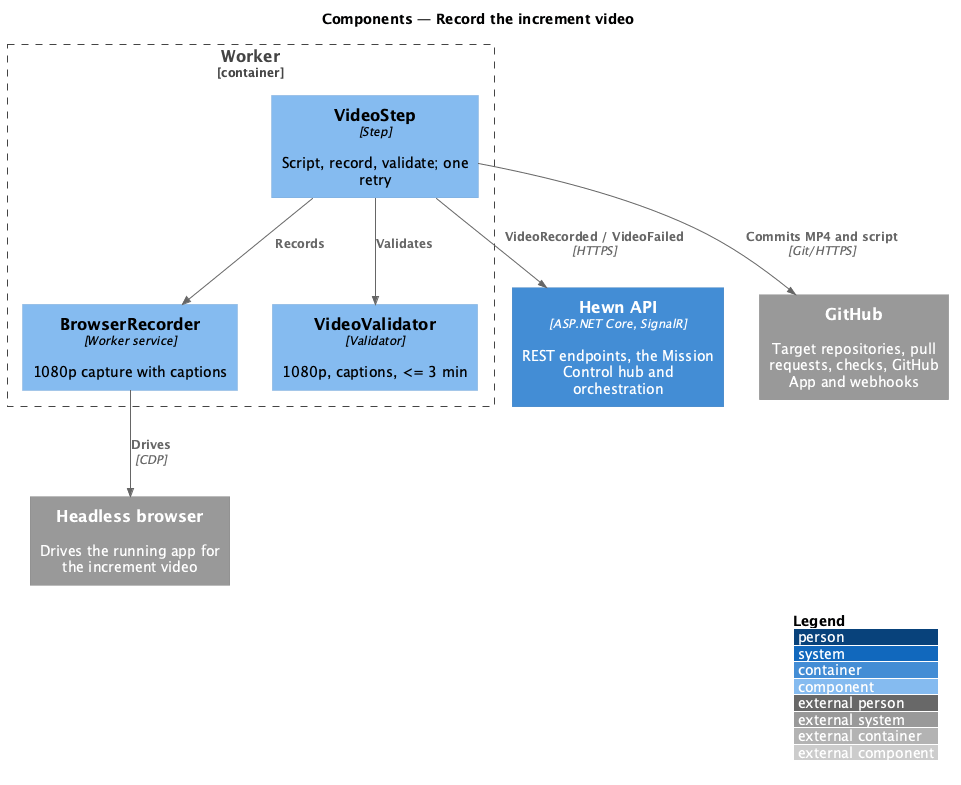
This is docs/detailed-designs/increments/record-increment-video/diagrams/c4-component.png from QuinntyneBrown/hewn, a PlantUML export, as it was before one commit. Source of this version:
```plantuml
@startuml
!include <C4/C4_Component>
LAYOUT_WITH_LEGEND()
title Components — Record the increment video

Container(api, "Hewn API", "ASP.NET Core, SignalR", "REST endpoints, the Mission Control hub and orchestration")
Container_Boundary(worker_b, "Worker") {
  Component(step, "VideoStep", "Step", "Script, record, validate; one retry")
  Component(rec, "BrowserRecorder", "Worker service", "1080p capture with captions")
  Component(val, "VideoValidator", "Validator", "1080p, captions, <= 3 min")
}
System_Ext(browser, "Headless browser", "Drives the running app for the increment video")
System_Ext(github, "GitHub", "Target repositories, pull requests, checks, GitHub App and webhooks")

Rel(step, rec, "Records")
Rel(rec, browser, "Drives", "CDP")
Rel(step, val, "Validates")
Rel(step, github, "Commits MP4 and script", "Git/HTTPS")
Rel(step, api, "VideoRecorded / VideoFailed", "HTTPS")
@enduml
```
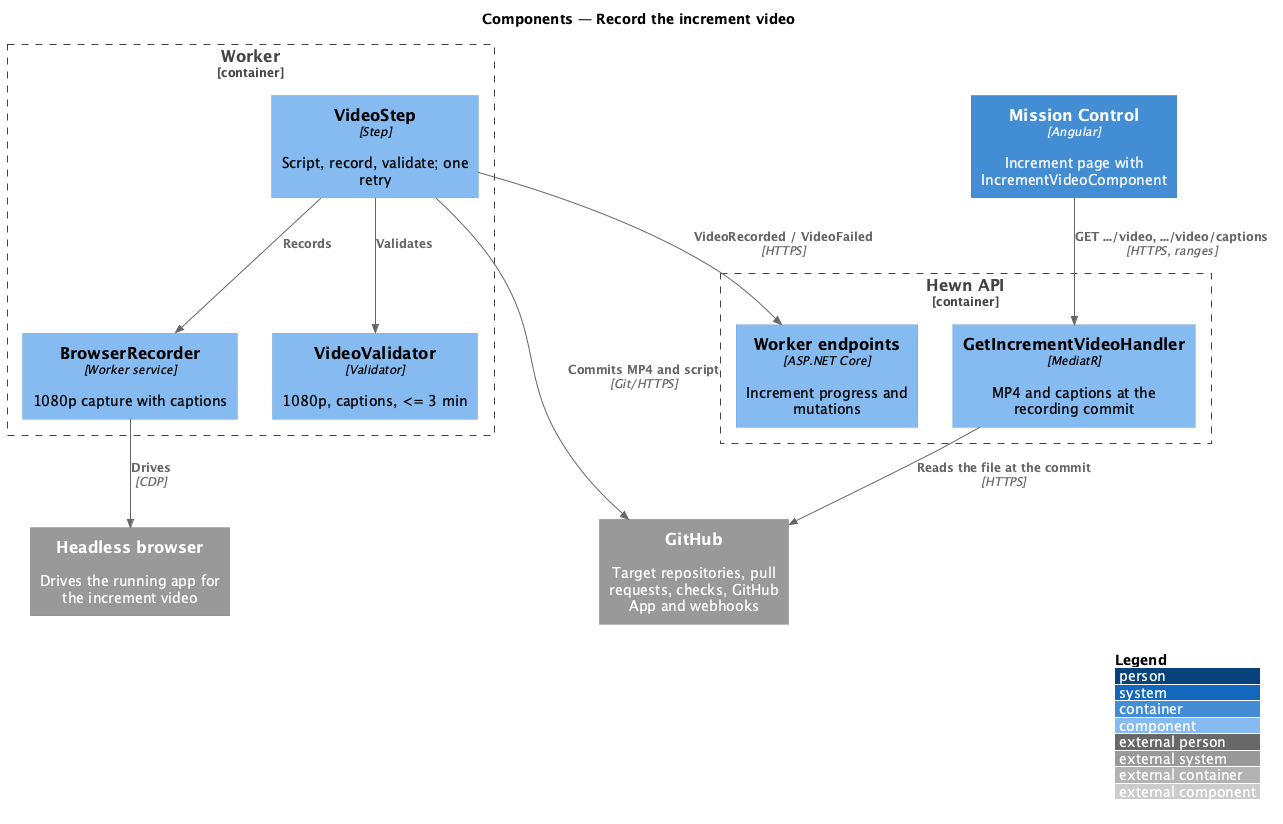
Later version of the same file.

Change to the diagram source:
```diff
@@ -3,7 +3,11 @@
 LAYOUT_WITH_LEGEND()
 title Components — Record the increment video
 
-Container(api, "Hewn API", "ASP.NET Core, SignalR", "REST endpoints, the Mission Control hub and orchestration")
+Container(spa, "Mission Control", "Angular", "Increment page with IncrementVideoComponent")
+Container_Boundary(api_b, "Hewn API") {
+  Component(api, "Worker endpoints", "ASP.NET Core", "Increment progress and mutations")
+  Component(serve, "GetIncrementVideoHandler", "MediatR", "MP4 and captions at the recording commit")
+}
 Container_Boundary(worker_b, "Worker") {
   Component(step, "VideoStep", "Step", "Script, record, validate; one retry")
   Component(rec, "BrowserRecorder", "Worker service", "1080p capture with captions")
@@ -17,4 +21,6 @@
 Rel(step, val, "Validates")
 Rel(step, github, "Commits MP4 and script", "Git/HTTPS")
 Rel(step, api, "VideoRecorded / VideoFailed", "HTTPS")
+Rel(spa, serve, "GET .../video, .../video/captions", "HTTPS, ranges")
+Rel(serve, github, "Reads the file at the commit", "HTTPS")
 @enduml
```
